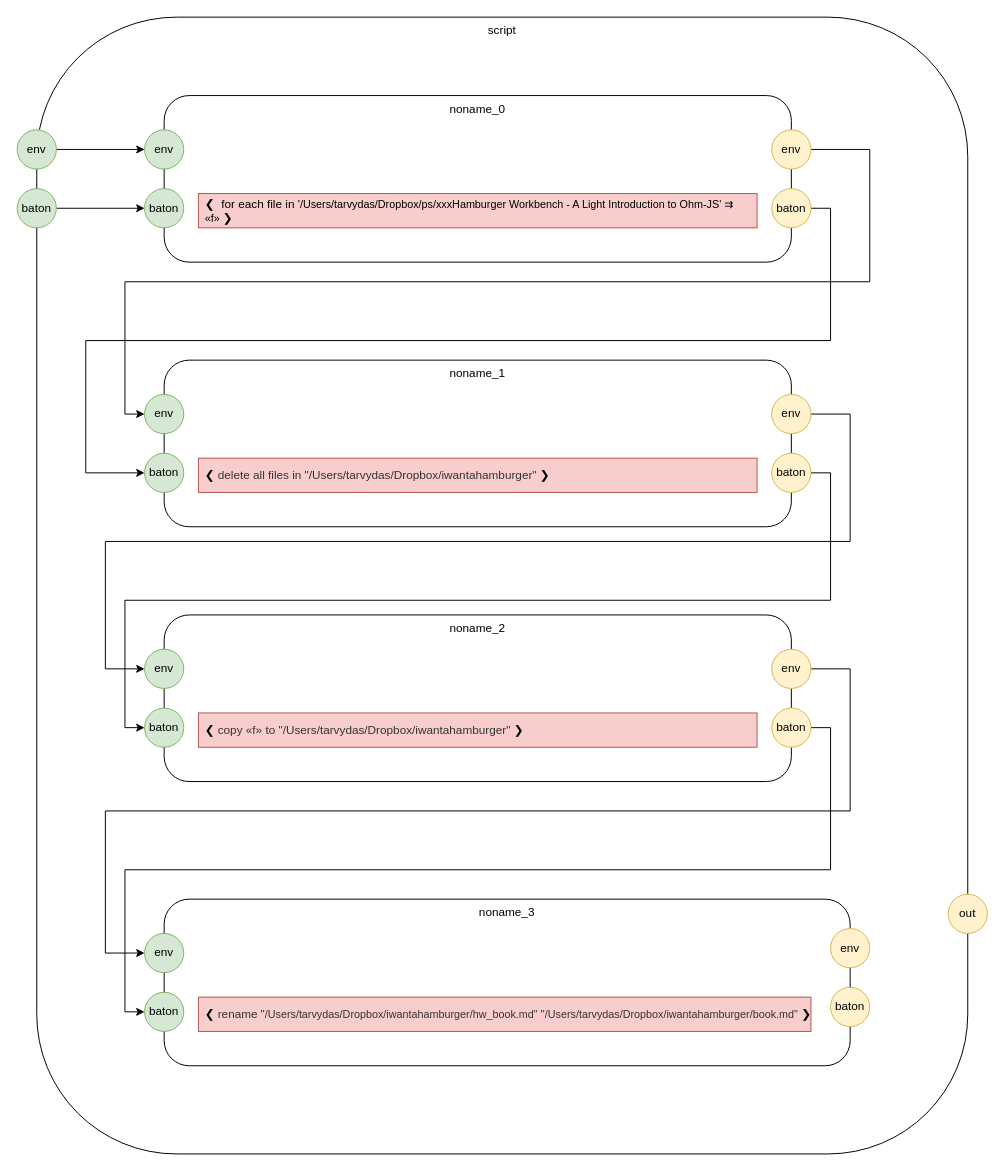
guitarvydas/hamburgerworkbenchD0D keeps this draw.io diagram as script.drawio. Above is the earlier version. Source tidied: cells renumbered, new cells numbered last; positions are measured from the earlier drawing's top-left corner, leaving out a move shared by most shapes. Both pictures are drawn from the tidied source at 98%, with x=0, y=0 at pixel (17, 17).
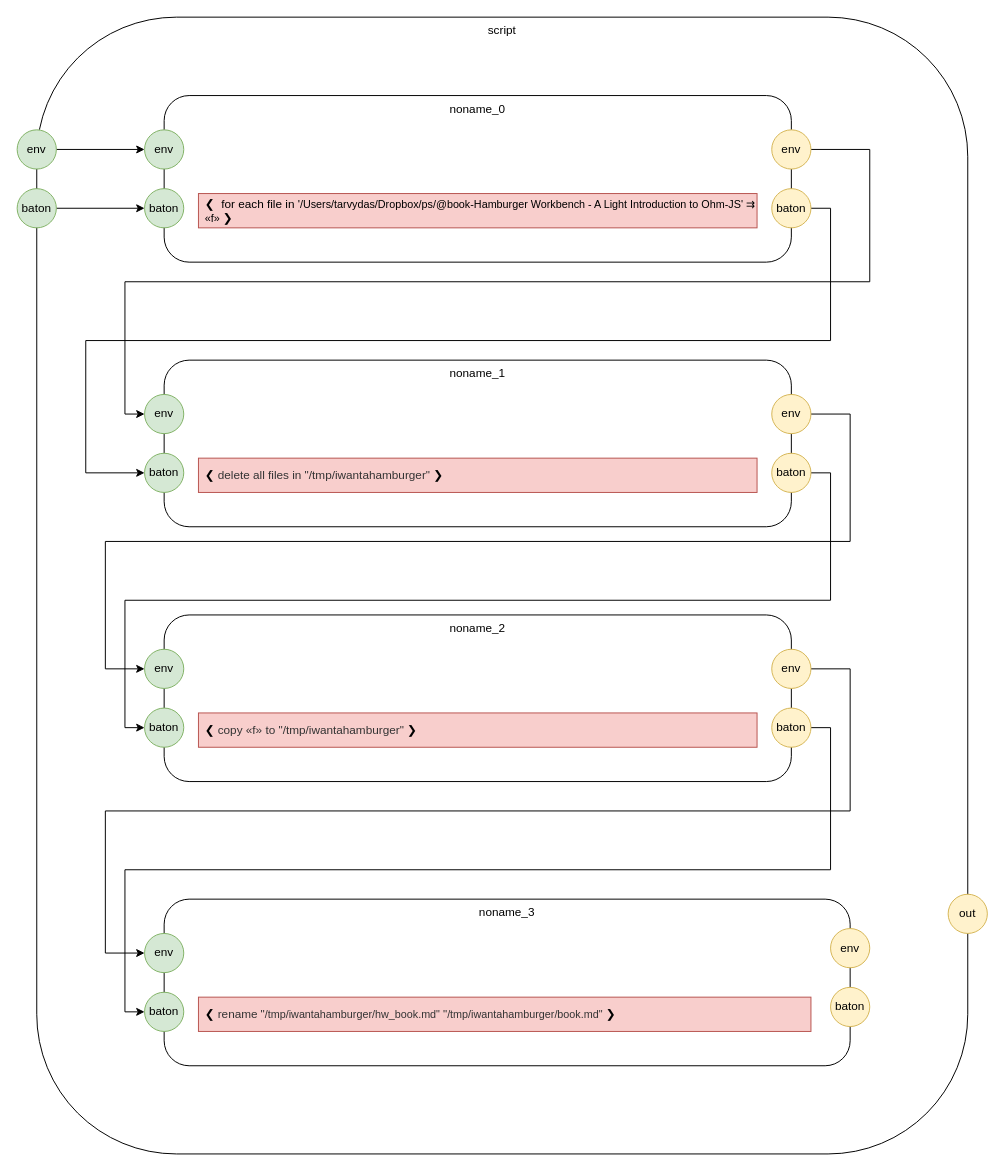
The same page after the edit.

Diff of the diagram source:
```diff
@@
-    <mxCell id="7" value="&lt;span style=&quot;text-align: center&quot;&gt;❮&lt;/span&gt;&amp;nbsp; for each file in '&lt;span style=&quot;font-size: 11px&quot;&gt;/Users/tarvydas/Dropbox/ps/xxxHamburger Workbench - A Light Introduction to Ohm-JS'&amp;nbsp;&lt;/span&gt;&lt;span style=&quot;font-size: 11px&quot;&gt;⇉ «f»&amp;nbsp;&lt;/span&gt;❯" style="rounded=0;whiteSpace=wrap;html=1;align=left;fillColor=#f8cecc;strokeColor=#b85450;spacingLeft=5;" parent="1" vertex="1">
+    <mxCell id="7" value="&lt;span style=&quot;text-align: center&quot;&gt;❮&lt;/span&gt;&amp;nbsp; for each file in '&lt;span style=&quot;font-size: 11px&quot;&gt;/Users/tarvydas/Dropbox/ps/@book-Hamburger Workbench - A Light Introduction to Ohm-JS'&amp;nbsp;&lt;/span&gt;&lt;span style=&quot;font-size: 11px&quot;&gt;⇉ «f»&amp;nbsp;&lt;/span&gt;❯" style="rounded=0;whiteSpace=wrap;html=1;align=left;fillColor=#f8cecc;strokeColor=#b85450;spacingLeft=5;" parent="1" vertex="1">
       <mxGeometry x="185" y="180" width="570" height="35" as="geometry" />
     </mxCell>
@@
-    <mxCell id="15" value="&lt;span style=&quot;text-align: center&quot;&gt;❮&lt;/span&gt;&lt;span style=&quot;font-size: 11px&quot;&gt;&amp;nbsp;&lt;/span&gt;&lt;span style=&quot;color: rgb(51 , 51 , 51)&quot;&gt;delete all files in &quot;/Users/tarvydas/Dropbox/iwantahamburger&quot;&amp;nbsp;&lt;/span&gt;❯" style="rounded=0;whiteSpace=wrap;html=1;align=left;fillColor=#f8cecc;strokeColor=#b85450;spacingLeft=5;" parent="1" vertex="1">
+    <mxCell id="15" value="&lt;span style=&quot;text-align: center&quot;&gt;❮&lt;/span&gt;&lt;span style=&quot;font-size: 11px&quot;&gt;&amp;nbsp;&lt;/span&gt;&lt;span style=&quot;color: rgb(51 , 51 , 51)&quot;&gt;delete all files in &quot;/tmp/iwantahamburger&quot;&amp;nbsp;&lt;/span&gt;❯" style="rounded=0;whiteSpace=wrap;html=1;align=left;fillColor=#f8cecc;strokeColor=#b85450;spacingLeft=5;" parent="1" vertex="1">
       <mxGeometry x="185" y="450" width="570" height="35" as="geometry" />
     </mxCell>
@@
-    <mxCell id="23" value="&lt;span style=&quot;text-align: center&quot;&gt;❮&lt;/span&gt;&lt;span style=&quot;font-size: 11px&quot;&gt;&amp;nbsp;&lt;/span&gt;&lt;span style=&quot;color: rgb(51 , 51 , 51)&quot;&gt;copy «f» to &quot;/Users/tarvydas/Dropbox/iwantahamburger&quot;&amp;nbsp;&lt;/span&gt;❯" style="rounded=0;whiteSpace=wrap;html=1;align=left;fillColor=#f8cecc;strokeColor=#b85450;spacingLeft=5;" parent="1" vertex="1">
+    <mxCell id="23" value="&lt;span style=&quot;text-align: center&quot;&gt;❮&lt;/span&gt;&lt;span style=&quot;font-size: 11px&quot;&gt;&amp;nbsp;&lt;/span&gt;&lt;span style=&quot;color: rgb(51 , 51 , 51)&quot;&gt;copy «f» to &quot;/tmp/iwantahamburger&quot;&amp;nbsp;&lt;/span&gt;❯" style="rounded=0;whiteSpace=wrap;html=1;align=left;fillColor=#f8cecc;strokeColor=#b85450;spacingLeft=5;" parent="1" vertex="1">
       <mxGeometry x="185" y="710" width="570" height="35" as="geometry" />
     </mxCell>
@@
-    <mxCell id="30" value="&lt;span style=&quot;text-align: center&quot;&gt;❮&lt;/span&gt;&lt;span style=&quot;font-size: 11px&quot;&gt;&amp;nbsp;&lt;/span&gt;&lt;span style=&quot;color: rgb(51 , 51 , 51)&quot;&gt;rename&lt;/span&gt;&lt;span style=&quot;color: rgb(51 , 51 , 51) ; font-size: 11px&quot;&gt;&amp;nbsp;&lt;/span&gt;&lt;span style=&quot;color: rgb(51 , 51 , 51)&quot;&gt;&quot;&lt;/span&gt;&lt;span style=&quot;color: rgb(51 , 51 , 51) ; font-size: 11px&quot;&gt;/Users/tarvydas/Dropbox/iwantahamburger/hw_book.md&quot;&lt;/span&gt;&lt;span style=&quot;color: rgb(51 , 51 , 51) ; font-size: 11px&quot;&gt;&amp;nbsp;&lt;/span&gt;&lt;span style=&quot;color: rgb(51 , 51 , 51)&quot;&gt;&quot;&lt;/span&gt;&lt;span style=&quot;color: rgb(51 , 51 , 51) ; font-size: 11px&quot;&gt;/Users/tarvydas/Dropbox/iwantahamburger/book.md&quot;&lt;/span&gt;&lt;span style=&quot;color: rgb(51 , 51 , 51)&quot;&gt;&amp;nbsp;&lt;/span&gt;❯" style="rounded=0;whiteSpace=wrap;html=1;align=left;fillColor=#f8cecc;strokeColor=#b85450;spacingLeft=5;" parent="1" vertex="1">
+    <mxCell id="30" value="&lt;span style=&quot;text-align: center&quot;&gt;❮&lt;/span&gt;&lt;span style=&quot;font-size: 11px&quot;&gt;&amp;nbsp;&lt;/span&gt;&lt;span style=&quot;color: rgb(51 , 51 , 51)&quot;&gt;rename&lt;/span&gt;&lt;span style=&quot;color: rgb(51 , 51 , 51) ; font-size: 11px&quot;&gt;&amp;nbsp;&lt;/span&gt;&lt;span style=&quot;color: rgb(51 , 51 , 51)&quot;&gt;&quot;&lt;/span&gt;&lt;span style=&quot;color: rgb(51 , 51 , 51) ; font-size: 11px&quot;&gt;/tmp/iwantahamburger/hw_book.md&quot;&lt;/span&gt;&lt;span style=&quot;color: rgb(51 , 51 , 51) ; font-size: 11px&quot;&gt;&amp;nbsp;&lt;/span&gt;&lt;span style=&quot;color: rgb(51 , 51 , 51)&quot;&gt;&quot;&lt;/span&gt;&lt;span style=&quot;color: rgb(51 , 51 , 51) ; font-size: 11px&quot;&gt;/tmp/iwantahamburger/book.md&quot;&lt;/span&gt;&lt;span style=&quot;color: rgb(51 , 51 , 51)&quot;&gt;&amp;nbsp;&lt;/span&gt;❯" style="rounded=0;whiteSpace=wrap;html=1;align=left;fillColor=#f8cecc;strokeColor=#b85450;spacingLeft=5;" parent="1" vertex="1">
       <mxGeometry x="185" y="1000" width="625" height="35" as="geometry" />
     </mxCell>
```
